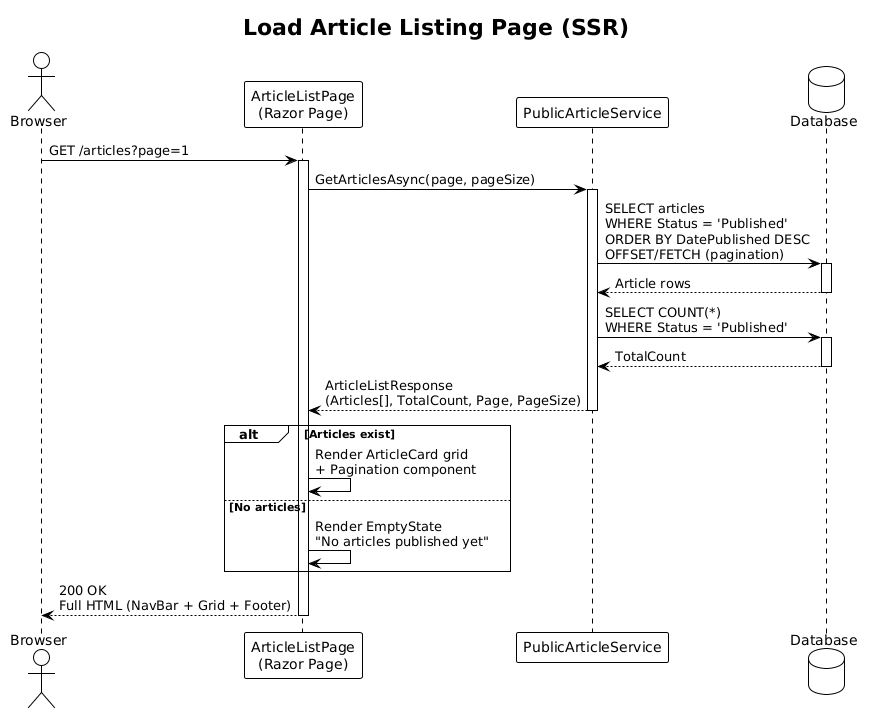
Before: docs/detailed-designs/03-public-article-display/diagrams/sequence_list_page.png, a diagram exported from PlantUML (QuinntyneBrown/Blog).
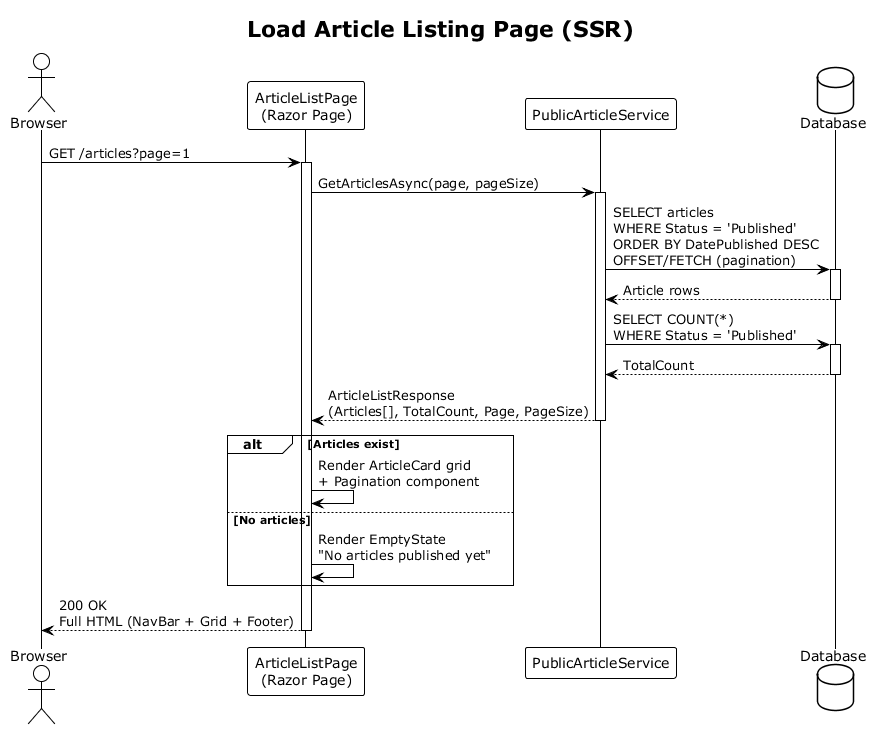
The same file after the commit.

Change to the diagram source:
```diff
@@ -1,4 +1,4 @@
-@startuml
+@startuml sequence_list_page
 !theme plain
 
 title Load Article Listing Page (SSR)
@@ -35,4 +35,5 @@
 
 Page --> Browser : 200 OK\nFull HTML (NavBar + Grid + Footer)
 deactivate Page
+
 @enduml
```
